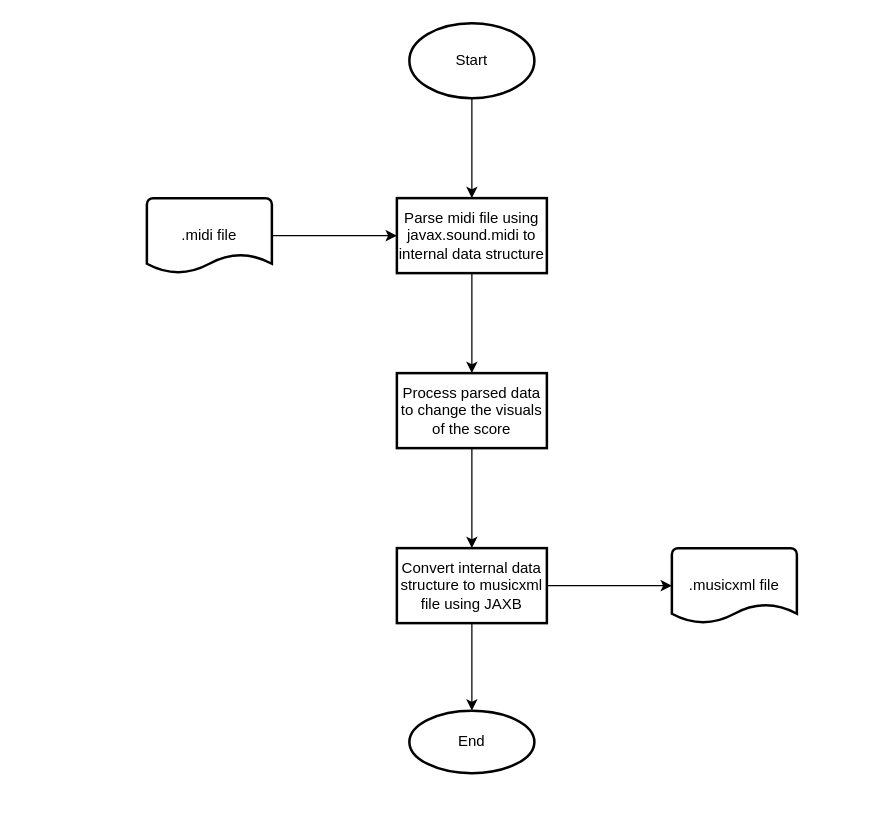
Before: docs/flowcharts/1.1 overview-alt.drawio in Bingergie/midi2musicxml, a draw.io diagram. Source tidied: cells renumbered, new cells numbered last; positions are measured from the earlier drawing's top-left corner, leaving out a move shared by most shapes. Both pictures are drawn from the tidied source at 125%, with x=0, y=0 at pixel (146, 22).
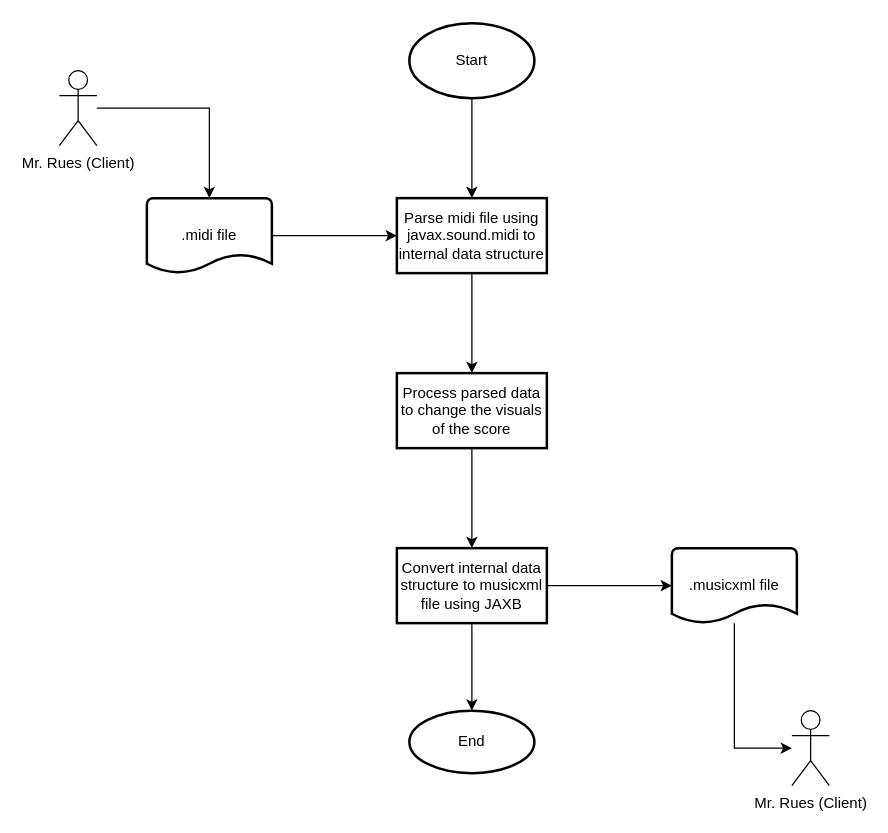
After the change.

Unchanged cells that the change refers to:
```xml
<mxCell id="13" value=".midi file" style="strokeWidth=2;html=1;shape=mxgraph.flowchart.document2;whiteSpace=wrap;size=0.25;" parent="1" vertex="1">
  <mxGeometry y="140" width="100" height="60" as="geometry" />
</mxCell>
<mxCell id="14" value=".musicxml file" style="strokeWidth=2;html=1;shape=mxgraph.flowchart.document2;whiteSpace=wrap;size=0.25;" parent="1" vertex="1">
  <mxGeometry x="420" y="420" width="100" height="60" as="geometry" />
</mxCell>
```

What changed in the source:
```diff
@@
+    <mxCell id="15" style="edgeStyle=orthogonalEdgeStyle;rounded=0;jettySize=auto;html=1;" parent="1" edge="1" source="14" target="18">
+      <mxGeometry relative="1" as="geometry">
+        <Array as="points">
+          <mxPoint x="470" y="580" />
+        </Array>
+      </mxGeometry>
+    </mxCell>
@@
+    <mxCell id="16" style="edgeStyle=orthogonalEdgeStyle;rounded=0;jettySize=auto;html=1;" parent="1" edge="1" source="17" target="13">
+      <mxGeometry relative="1" as="geometry" />
+    </mxCell>
+    <mxCell id="17" value="Mr. Rues (Client)" style="shape=umlActor;verticalLabelPosition=bottom;verticalAlign=top;html=1;outlineConnect=0;" parent="1" vertex="1">
+      <mxGeometry x="-70" y="38" width="30" height="60" as="geometry" />
+    </mxCell>
+    <mxCell id="18" value="Mr. Rues (Client)" style="shape=umlActor;verticalLabelPosition=bottom;verticalAlign=top;html=1;outlineConnect=0;" parent="1" vertex="1">
+      <mxGeometry x="516" y="550" width="30" height="60" as="geometry" />
+    </mxCell>
```
